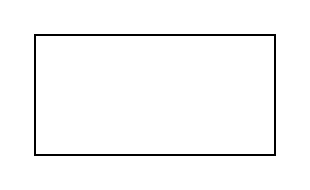
Above: netty运维平台联动.drawio in leafimmortal/my-drawio (draw.io), before the change. Source tidied: cells renumbered, new cells numbered last; positions are measured from the earlier drawing's top-left corner, leaving out a move shared by most shapes. Both pictures are drawn from the tidied source at 200%, with x=0, y=0 at pixel (34, 34).
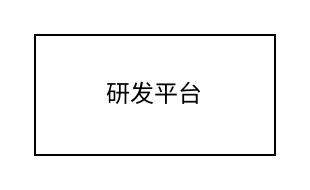
After the change.

Commit message (it also covers changes not shown here):
更新netty运维平台联动.drawio

Change to the diagram source:
```diff
@@
 <mxGraphModel>
   <root>
     <mxCell id="0" />
     <mxCell id="1" parent="0" />
-    <mxCell id="2" style="rounded=0;whiteSpace=wrap;html=1;" parent="1" vertex="1">
+    <mxCell id="2" value="研发平台" style="rounded=0;whiteSpace=wrap;html=1;" parent="1" vertex="1">
       <mxGeometry width="120" height="60" as="geometry" />
     </mxCell>
   </root>
 </mxGraphModel>
```
